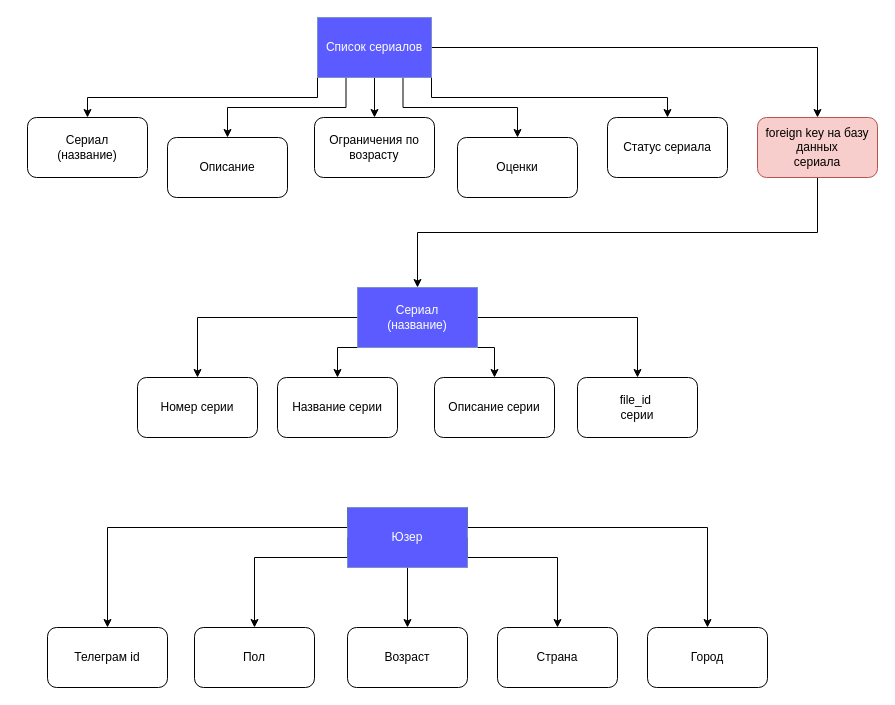
spaarda/site1.github.io keeps this draw.io diagram as Untitled Diagram.drawio. Above is the earlier version. Source tidied: cells renumbered, new cells numbered last; positions are measured from the earlier drawing's top-left corner, leaving out a move shared by most shapes. Both pictures are drawn from the tidied source at 100%, with x=0, y=0 at pixel (27, 17).
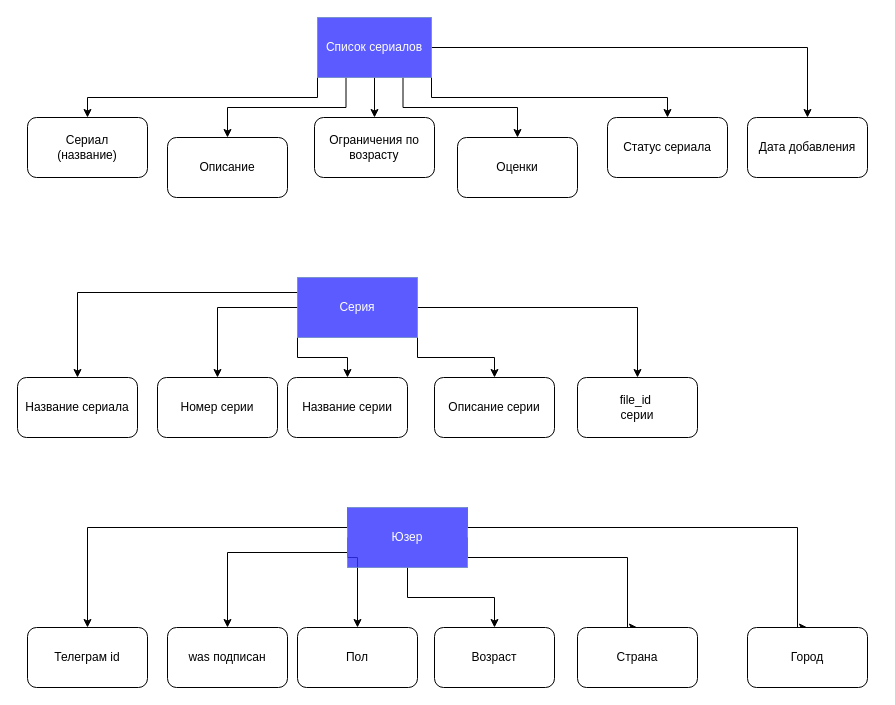
Above is the later version.

The change refers to these unchanged cells:
```xml
<mxCell id="13" value="Список сериалов" style="rounded=0;whiteSpace=wrap;html=1;strokeColor=#6c8ebf;fillColor=#3333FF;fontColor=#ffffff;opacity=80;" parent="1" vertex="1">
  <mxGeometry x="290" width="114" height="60" as="geometry" />
</mxCell>
<mxCell id="28" value="Юзер" style="rounded=0;whiteSpace=wrap;html=1;strokeColor=#6c8ebf;fillColor=#3333FF;fontColor=#ffffff;opacity=80;" parent="1" vertex="1">
  <mxGeometry x="320" y="490" width="120" height="60" as="geometry" />
</mxCell>
```

Diff of the diagram source:
```diff
@@
+    <mxCell id="36" style="edgeStyle=orthogonalEdgeStyle;rounded=0;jettySize=auto;html=1;exitX=1;exitY=0.5;exitDx=0;exitDy=0;entryX=0.5;entryY=0;entryDx=0;entryDy=0;" parent="1" edge="1" source="13" target="39">
+      <mxGeometry relative="1" as="geometry" />
+    </mxCell>
+    <mxCell id="37" style="edgeStyle=orthogonalEdgeStyle;rounded=0;jettySize=auto;html=1;exitX=0;exitY=0.25;exitDx=0;exitDy=0;entryX=0.5;entryY=0;entryDx=0;entryDy=0;" parent="1" edge="1" source="6" target="40">
+      <mxGeometry relative="1" as="geometry" />
+    </mxCell>
-    <mxCell id="6" value="Сериал&lt;br&gt;(название)" style="rounded=0;whiteSpace=wrap;html=1;strokeColor=#6c8ebf;fillColor=#3333FF;fontColor=#ffffff;opacity=80;" parent="1" vertex="1">
-      <mxGeometry x="330" y="270" width="120" height="60" as="geometry" />
+    <mxCell id="6" value="Серия" style="rounded=0;whiteSpace=wrap;html=1;strokeColor=#6c8ebf;fillColor=#3333FF;fontColor=#ffffff;opacity=80;" parent="1" vertex="1">
+      <mxGeometry x="270" y="260" width="120" height="60" as="geometry" />
     </mxCell>
@@
-    <mxCell id="12" style="edgeStyle=orthogonalEdgeStyle;rounded=0;jettySize=auto;html=1;exitX=1;exitY=0.5;exitDx=0;exitDy=0;entryX=0.5;entryY=0;entryDx=0;entryDy=0;" parent="1" edge="1" source="13" target="35">
-      <mxGeometry relative="1" as="geometry" />
-    </mxCell>
@@
     <mxCell id="19" value="Номер серии" style="rounded=1;whiteSpace=wrap;html=1;" parent="1" vertex="1">
-      <mxGeometry x="110" y="360" width="120" height="60" as="geometry" />
+      <mxGeometry x="130" y="360" width="120" height="60" as="geometry" />
     </mxCell>
     <mxCell id="20" value="Название серии" style="rounded=1;whiteSpace=wrap;html=1;" parent="1" vertex="1">
-      <mxGeometry x="250" y="360" width="120" height="60" as="geometry" />
+      <mxGeometry x="260" y="360" width="120" height="60" as="geometry" />
     </mxCell>
@@
     <mxCell id="23" style="edgeStyle=orthogonalEdgeStyle;rounded=0;jettySize=auto;html=1;exitX=0;exitY=0;exitDx=0;exitDy=0;entryX=0.5;entryY=0;entryDx=0;entryDy=0;" parent="1" edge="1" source="28" target="33">
       <mxGeometry relative="1" as="geometry">
         <Array as="points">
-          <mxPoint x="80" y="510" />
+          <mxPoint x="320" y="510" />
+          <mxPoint x="60" y="510" />
         </Array>
       </mxGeometry>
     </mxCell>
     <mxCell id="24" style="edgeStyle=orthogonalEdgeStyle;rounded=0;jettySize=auto;html=1;exitX=0;exitY=0.5;exitDx=0;exitDy=0;entryX=0.5;entryY=0;entryDx=0;entryDy=0;" parent="1" edge="1" source="28" target="29">
       <mxGeometry relative="1" as="geometry">
         <Array as="points">
           <mxPoint x="320" y="540" />
-          <mxPoint x="227" y="540" />
+          <mxPoint x="330" y="540" />
         </Array>
       </mxGeometry>
     </mxCell>
@@
     <mxCell id="26" style="edgeStyle=orthogonalEdgeStyle;rounded=0;jettySize=auto;html=1;exitX=1;exitY=0.5;exitDx=0;exitDy=0;entryX=0.5;entryY=0;entryDx=0;entryDy=0;" parent="1" edge="1" source="28" target="31">
       <mxGeometry relative="1" as="geometry">
         <Array as="points">
           <mxPoint x="440" y="540" />
-          <mxPoint x="530" y="540" />
+          <mxPoint x="600" y="540" />
+          <mxPoint x="600" y="610" />
         </Array>
       </mxGeometry>
     </mxCell>
     <mxCell id="27" style="edgeStyle=orthogonalEdgeStyle;rounded=0;jettySize=auto;html=1;exitX=1;exitY=0;exitDx=0;exitDy=0;entryX=0.5;entryY=0;entryDx=0;entryDy=0;" parent="1" edge="1" source="28" target="32">
       <mxGeometry relative="1" as="geometry">
         <Array as="points">
-          <mxPoint x="680" y="510" />
+          <mxPoint x="440" y="510" />
+          <mxPoint x="770" y="510" />
+          <mxPoint x="770" y="610" />
         </Array>
       </mxGeometry>
     </mxCell>
+    <mxCell id="38" style="edgeStyle=orthogonalEdgeStyle;rounded=0;jettySize=auto;html=1;exitX=0;exitY=0.75;exitDx=0;exitDy=0;entryX=0.5;entryY=0;entryDx=0;entryDy=0;" parent="1" edge="1" source="28" target="41">
+      <mxGeometry relative="1" as="geometry" />
+    </mxCell>
@@
     <mxCell id="29" value="Пол" style="rounded=1;whiteSpace=wrap;html=1;" parent="1" vertex="1">
-      <mxGeometry x="167" y="610" width="120" height="60" as="geometry" />
+      <mxGeometry x="270" y="610" width="120" height="60" as="geometry" />
     </mxCell>
     <mxCell id="30" value="Возраст" style="rounded=1;whiteSpace=wrap;html=1;" parent="1" vertex="1">
-      <mxGeometry x="320" y="610" width="120" height="60" as="geometry" />
+      <mxGeometry x="407" y="610" width="120" height="60" as="geometry" />
     </mxCell>
     <mxCell id="31" value="Страна" style="rounded=1;whiteSpace=wrap;html=1;" parent="1" vertex="1">
-      <mxGeometry x="470" y="610" width="120" height="60" as="geometry" />
+      <mxGeometry x="550" y="610" width="120" height="60" as="geometry" />
     </mxCell>
     <mxCell id="32" value="Город" style="rounded=1;whiteSpace=wrap;html=1;" parent="1" vertex="1">
-      <mxGeometry x="620" y="610" width="120" height="60" as="geometry" />
+      <mxGeometry x="720" y="610" width="120" height="60" as="geometry" />
     </mxCell>
     <mxCell id="33" value="Телеграм id" style="rounded=1;whiteSpace=wrap;html=1;" parent="1" vertex="1">
-      <mxGeometry x="20" y="610" width="120" height="60" as="geometry" />
+      <mxGeometry y="610" width="120" height="60" as="geometry" />
     </mxCell>
-    <mxCell id="34" style="edgeStyle=orthogonalEdgeStyle;rounded=0;jettySize=auto;html=1;exitX=0.5;exitY=1;exitDx=0;exitDy=0;entryX=0.5;entryY=0;entryDx=0;entryDy=0;" parent="1" edge="1" source="35" target="6">
-      <mxGeometry relative="1" as="geometry" />
-    </mxCell>
-    <mxCell id="35" value="foreign key на базу данных&lt;br&gt;сериала" style="rounded=1;whiteSpace=wrap;html=1;fillColor=#f8cecc;strokeColor=#b85450;" parent="1" vertex="1">
-      <mxGeometry x="730" y="100" width="120" height="60" as="geometry" />
-    </mxCell>
+    <mxCell id="39" value="Дата добавления" style="rounded=1;whiteSpace=wrap;html=1;" parent="1" vertex="1">
+      <mxGeometry x="720" y="100" width="120" height="60" as="geometry" />
+    </mxCell>
+    <mxCell id="40" value="Название сериала" style="rounded=1;whiteSpace=wrap;html=1;" parent="1" vertex="1">
+      <mxGeometry x="-10" y="360" width="120" height="60" as="geometry" />
+    </mxCell>
+    <mxCell id="41" value="was подписан" style="rounded=1;whiteSpace=wrap;html=1;" parent="1" vertex="1">
+      <mxGeometry x="140" y="610" width="120" height="60" as="geometry" />
+    </mxCell>
```
